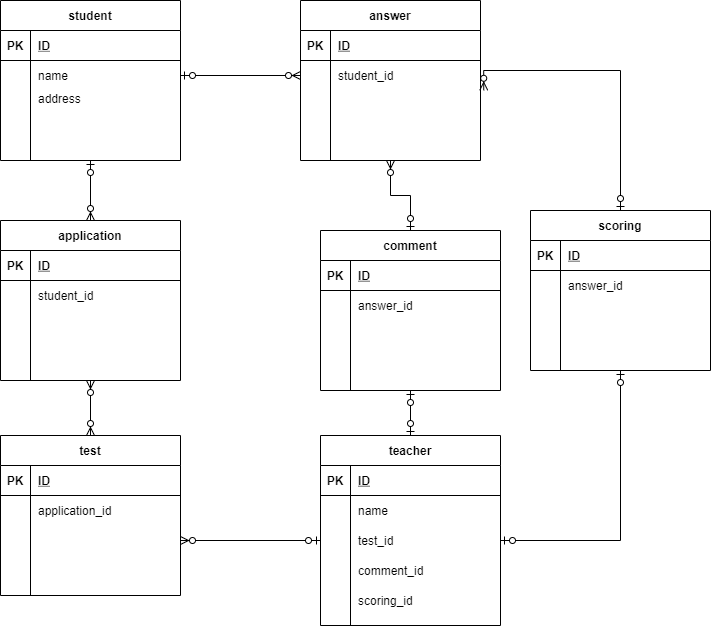
Before: index.drawio.png, a diagram exported from draw.io (kouheidesu/gyarmex11). Source tidied: cells renumbered, new cells last; positions are measured from the earlier drawing's top-left corner, leaving out a move shared by most shapes.
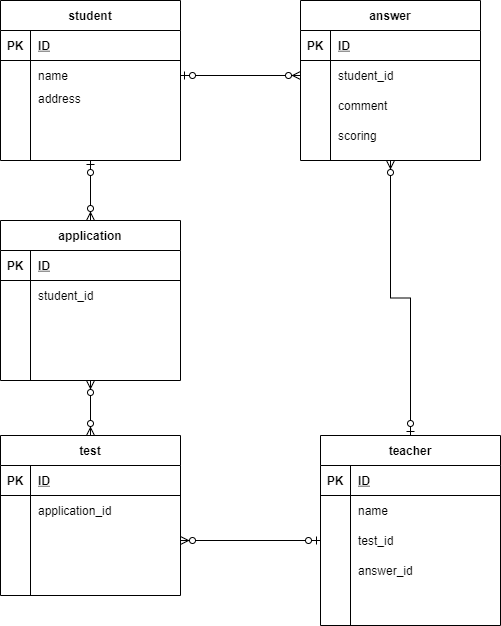
After the commit.

The edit, as a diff of the source:
```diff
@@ -44,51 +44,6 @@
     <mxCell id="15" style="shape=partialRectangle;fillColor=none;top=0;left=0;bottom=0;right=0;align=left;spacingLeft=6;overflow=hidden;" parent="13" vertex="1">
       <mxGeometry x="30" width="150" height="30" as="geometry" />
     </mxCell>
-    <mxCell id="16" style="edgeStyle=orthogonalEdgeStyle;rounded=0;jettySize=auto;html=1;exitX=0.5;exitY=0;exitDx=0;exitDy=0;entryX=0.5;entryY=1;entryDx=0;entryDy=0;startArrow=ERzeroToOne;startFill=1;endArrow=ERzeroToMany;endFill=1;" parent="1" edge="1" source="18" target="76">
-      <mxGeometry relative="1" as="geometry" />
-    </mxCell>
-    <mxCell id="17" style="edgeStyle=orthogonalEdgeStyle;rounded=0;jettySize=auto;html=1;exitX=0.5;exitY=1;exitDx=0;exitDy=0;startArrow=ERzeroToOne;startFill=1;endArrow=ERzeroToOne;endFill=1;" parent="1" edge="1" source="18" target="31">
-      <mxGeometry relative="1" as="geometry" />
-    </mxCell>
-    <mxCell id="18" value="comment" style="shape=table;startSize=30;rowLines=0;fontStyle=1;align=center;" parent="1" vertex="1">
-      <mxGeometry x="320" y="230" width="180" height="160" as="geometry" />
-    </mxCell>
-    <mxCell id="19" style="shape=partialRectangle;fillColor=none;top=0;left=0;bottom=1;right=0;" parent="18" vertex="1">
-      <mxGeometry y="30" width="180" height="30" as="geometry" />
-    </mxCell>
-    <mxCell id="20" value="PK" style="shape=partialRectangle;fillColor=none;top=0;left=0;bottom=0;right=0;fontStyle=1;overflow=hidden;" parent="19" vertex="1">
-      <mxGeometry width="30" height="30" as="geometry" />
-    </mxCell>
-    <mxCell id="21" value="ID" style="shape=partialRectangle;fillColor=none;top=0;left=0;bottom=0;right=0;align=left;spacingLeft=6;fontStyle=5;overflow=hidden;" parent="19" vertex="1">
-      <mxGeometry x="30" width="150" height="30" as="geometry" />
-    </mxCell>
-    <mxCell id="22" style="shape=partialRectangle;fillColor=none;top=0;left=0;bottom=0;right=0;" parent="18" vertex="1">
-      <mxGeometry y="60" width="180" height="30" as="geometry" />
-    </mxCell>
-    <mxCell id="23" style="shape=partialRectangle;fillColor=none;top=0;left=0;bottom=0;right=0;overflow=hidden;" parent="22" vertex="1">
-      <mxGeometry width="30" height="30" as="geometry" />
-    </mxCell>
-    <mxCell id="24" value="answer_id" style="shape=partialRectangle;fillColor=none;top=0;left=0;bottom=0;right=0;align=left;spacingLeft=6;overflow=hidden;" parent="22" vertex="1">
-      <mxGeometry x="30" width="150" height="30" as="geometry" />
-    </mxCell>
-    <mxCell id="25" style="shape=partialRectangle;fillColor=none;top=0;left=0;bottom=0;right=0;" parent="18" vertex="1">
-      <mxGeometry y="90" width="180" height="30" as="geometry" />
-    </mxCell>
-    <mxCell id="26" style="shape=partialRectangle;fillColor=none;top=0;left=0;bottom=0;right=0;overflow=hidden;" parent="25" vertex="1">
-      <mxGeometry width="30" height="30" as="geometry" />
-    </mxCell>
-    <mxCell id="27" style="shape=partialRectangle;fillColor=none;top=0;left=0;bottom=0;right=0;align=left;spacingLeft=6;overflow=hidden;" parent="25" vertex="1">
-      <mxGeometry x="30" width="150" height="30" as="geometry" />
-    </mxCell>
-    <mxCell id="28" style="shape=partialRectangle;fillColor=none;top=0;left=0;bottom=0;right=0;" parent="18" vertex="1">
-      <mxGeometry y="120" width="180" height="30" as="geometry" />
-    </mxCell>
-    <mxCell id="29" style="shape=partialRectangle;fillColor=none;top=0;left=0;bottom=0;right=0;overflow=hidden;" parent="28" vertex="1">
-      <mxGeometry width="30" height="30" as="geometry" />
-    </mxCell>
-    <mxCell id="30" style="shape=partialRectangle;fillColor=none;top=0;left=0;bottom=0;right=0;align=left;spacingLeft=6;overflow=hidden;" parent="28" vertex="1">
-      <mxGeometry x="30" width="150" height="30" as="geometry" />
-    </mxCell>
     <mxCell id="31" value="teacher" style="shape=table;startSize=30;rowLines=0;fontStyle=1;align=center;" parent="1" vertex="1">
       <mxGeometry x="320" y="435" width="180" height="190" as="geometry" />
     </mxCell>
@@ -125,7 +80,7 @@
     <mxCell id="42" style="shape=partialRectangle;fillColor=none;top=0;left=0;bottom=0;right=0;overflow=hidden;" parent="41" vertex="1">
       <mxGeometry width="30" height="30" as="geometry" />
     </mxCell>
-    <mxCell id="43" value="comment_id" style="shape=partialRectangle;fillColor=none;top=0;left=0;bottom=0;right=0;align=left;spacingLeft=6;overflow=hidden;" parent="41" vertex="1">
+    <mxCell id="43" value="answer_id" style="shape=partialRectangle;fillColor=none;top=0;left=0;bottom=0;right=0;align=left;spacingLeft=6;overflow=hidden;" parent="41" vertex="1">
       <mxGeometry x="30" width="150" height="30" as="geometry" />
     </mxCell>
     <mxCell id="44" style="shape=partialRectangle;fillColor=none;top=0;left=0;bottom=0;right=0;" parent="31" vertex="1">
@@ -134,7 +89,7 @@
     <mxCell id="45" style="shape=partialRectangle;fillColor=none;top=0;left=0;bottom=0;right=0;overflow=hidden;" parent="44" vertex="1">
       <mxGeometry width="30" height="30" as="geometry" />
     </mxCell>
-    <mxCell id="46" value="scoring_id" style="shape=partialRectangle;fillColor=none;top=0;left=0;bottom=0;right=0;align=left;spacingLeft=6;overflow=hidden;" parent="44" vertex="1">
+    <mxCell id="46" style="shape=partialRectangle;fillColor=none;top=0;left=0;bottom=0;right=0;align=left;spacingLeft=6;overflow=hidden;" parent="44" vertex="1">
       <mxGeometry x="30" width="150" height="30" as="geometry" />
     </mxCell>
     <mxCell id="47" style="edgeStyle=orthogonalEdgeStyle;rounded=0;jettySize=auto;html=1;exitX=0.5;exitY=1;exitDx=0;exitDy=0;startArrow=ERzeroToMany;startFill=1;endArrow=ERzeroToMany;endFill=1;" parent="1" edge="1" source="48" target="89">
@@ -179,51 +134,9 @@
     <mxCell id="60" style="shape=partialRectangle;fillColor=none;top=0;left=0;bottom=0;right=0;align=left;spacingLeft=6;overflow=hidden;" parent="58" vertex="1">
       <mxGeometry x="30" width="150" height="30" as="geometry" />
     </mxCell>
-    <mxCell id="61" style="edgeStyle=orthogonalEdgeStyle;rounded=0;jettySize=auto;html=1;exitX=0.5;exitY=0;exitDx=0;exitDy=0;entryX=1.018;entryY=-0.007;entryDx=0;entryDy=0;entryPerimeter=0;startArrow=ERzeroToOne;startFill=1;endArrow=ERzeroToMany;endFill=1;" parent="1" edge="1" source="63" target="83">
-      <mxGeometry relative="1" as="geometry" />
-    </mxCell>
-    <mxCell id="62" style="edgeStyle=orthogonalEdgeStyle;rounded=0;jettySize=auto;html=1;exitX=0.5;exitY=1;exitDx=0;exitDy=0;startArrow=ERzeroToOne;startFill=1;endArrow=ERzeroToOne;endFill=1;" parent="1" edge="1" source="63" target="38">
-      <mxGeometry relative="1" as="geometry" />
-    </mxCell>
-    <mxCell id="63" value="scoring" style="shape=table;startSize=30;rowLines=0;fontStyle=1;align=center;" parent="1" vertex="1">
-      <mxGeometry x="530" y="210" width="180" height="160" as="geometry" />
-    </mxCell>
-    <mxCell id="64" style="shape=partialRectangle;fillColor=none;top=0;left=0;bottom=1;right=0;" parent="63" vertex="1">
-      <mxGeometry y="30" width="180" height="30" as="geometry" />
-    </mxCell>
-    <mxCell id="65" value="PK" style="shape=partialRectangle;fillColor=none;top=0;left=0;bottom=0;right=0;fontStyle=1;overflow=hidden;" parent="64" vertex="1">
-      <mxGeometry width="30" height="30" as="geometry" />
-    </mxCell>
-    <mxCell id="66" value="ID" style="shape=partialRectangle;fillColor=none;top=0;left=0;bottom=0;right=0;align=left;spacingLeft=6;fontStyle=5;overflow=hidden;" parent="64" vertex="1">
-      <mxGeometry x="30" width="150" height="30" as="geometry" />
-    </mxCell>
-    <mxCell id="67" style="shape=partialRectangle;fillColor=none;top=0;left=0;bottom=0;right=0;" parent="63" vertex="1">
-      <mxGeometry y="60" width="180" height="30" as="geometry" />
-    </mxCell>
-    <mxCell id="68" style="shape=partialRectangle;fillColor=none;top=0;left=0;bottom=0;right=0;overflow=hidden;" parent="67" vertex="1">
-      <mxGeometry width="30" height="30" as="geometry" />
-    </mxCell>
-    <mxCell id="69" value="answer_id" style="shape=partialRectangle;fillColor=none;top=0;left=0;bottom=0;right=0;align=left;spacingLeft=6;overflow=hidden;" parent="67" vertex="1">
-      <mxGeometry x="30" width="150" height="30" as="geometry" />
-    </mxCell>
-    <mxCell id="70" style="shape=partialRectangle;fillColor=none;top=0;left=0;bottom=0;right=0;" parent="63" vertex="1">
-      <mxGeometry y="90" width="180" height="30" as="geometry" />
-    </mxCell>
-    <mxCell id="71" style="shape=partialRectangle;fillColor=none;top=0;left=0;bottom=0;right=0;overflow=hidden;" parent="70" vertex="1">
-      <mxGeometry width="30" height="30" as="geometry" />
-    </mxCell>
-    <mxCell id="72" style="shape=partialRectangle;fillColor=none;top=0;left=0;bottom=0;right=0;align=left;spacingLeft=6;overflow=hidden;" parent="70" vertex="1">
-      <mxGeometry x="30" width="150" height="30" as="geometry" />
-    </mxCell>
-    <mxCell id="73" style="shape=partialRectangle;fillColor=none;top=0;left=0;bottom=0;right=0;" parent="63" vertex="1">
-      <mxGeometry y="120" width="180" height="30" as="geometry" />
-    </mxCell>
-    <mxCell id="74" style="shape=partialRectangle;fillColor=none;top=0;left=0;bottom=0;right=0;overflow=hidden;" parent="73" vertex="1">
-      <mxGeometry width="30" height="30" as="geometry" />
-    </mxCell>
-    <mxCell id="75" style="shape=partialRectangle;fillColor=none;top=0;left=0;bottom=0;right=0;align=left;spacingLeft=6;overflow=hidden;" parent="73" vertex="1">
-      <mxGeometry x="30" width="150" height="30" as="geometry" />
-    </mxCell>
+    <mxCell id="104" style="edgeStyle=orthogonalEdgeStyle;rounded=0;jettySize=auto;html=1;exitX=0.5;exitY=1;exitDx=0;exitDy=0;entryX=0.5;entryY=0;entryDx=0;entryDy=0;startArrow=ERzeroToMany;startFill=1;endArrow=ERzeroToOne;endFill=1;" parent="1" edge="1" source="76" target="31">
+      <mxGeometry relative="1" as="geometry" />
+    </mxCell>
     <mxCell id="76" value="answer" style="shape=table;startSize=30;rowLines=0;fontStyle=1;align=center;" parent="1" vertex="1">
       <mxGeometry x="300" width="180" height="160" as="geometry" />
     </mxCell>
@@ -251,7 +164,7 @@
     <mxCell id="84" style="shape=partialRectangle;fillColor=none;top=0;left=0;bottom=0;right=0;overflow=hidden;" parent="83" vertex="1">
       <mxGeometry width="30" height="30" as="geometry" />
     </mxCell>
-    <mxCell id="85" style="shape=partialRectangle;fillColor=none;top=0;left=0;bottom=0;right=0;align=left;spacingLeft=6;overflow=hidden;" parent="83" vertex="1">
+    <mxCell id="85" value="comment" style="shape=partialRectangle;fillColor=none;top=0;left=0;bottom=0;right=0;align=left;spacingLeft=6;overflow=hidden;" parent="83" vertex="1">
       <mxGeometry x="30" width="150" height="30" as="geometry" />
     </mxCell>
     <mxCell id="86" style="shape=partialRectangle;fillColor=none;top=0;left=0;bottom=0;right=0;" parent="76" vertex="1">
@@ -260,7 +173,7 @@
     <mxCell id="87" style="shape=partialRectangle;fillColor=none;top=0;left=0;bottom=0;right=0;overflow=hidden;" parent="86" vertex="1">
       <mxGeometry width="30" height="30" as="geometry" />
     </mxCell>
-    <mxCell id="88" style="shape=partialRectangle;fillColor=none;top=0;left=0;bottom=0;right=0;align=left;spacingLeft=6;overflow=hidden;" parent="86" vertex="1">
+    <mxCell id="88" value="scoring" style="shape=partialRectangle;fillColor=none;top=0;left=0;bottom=0;right=0;align=left;spacingLeft=6;overflow=hidden;" parent="86" vertex="1">
       <mxGeometry x="30" width="150" height="30" as="geometry" />
     </mxCell>
     <mxCell id="89" value="test" style="shape=table;startSize=30;rowLines=0;fontStyle=1;align=center;" parent="1" vertex="1">
```
